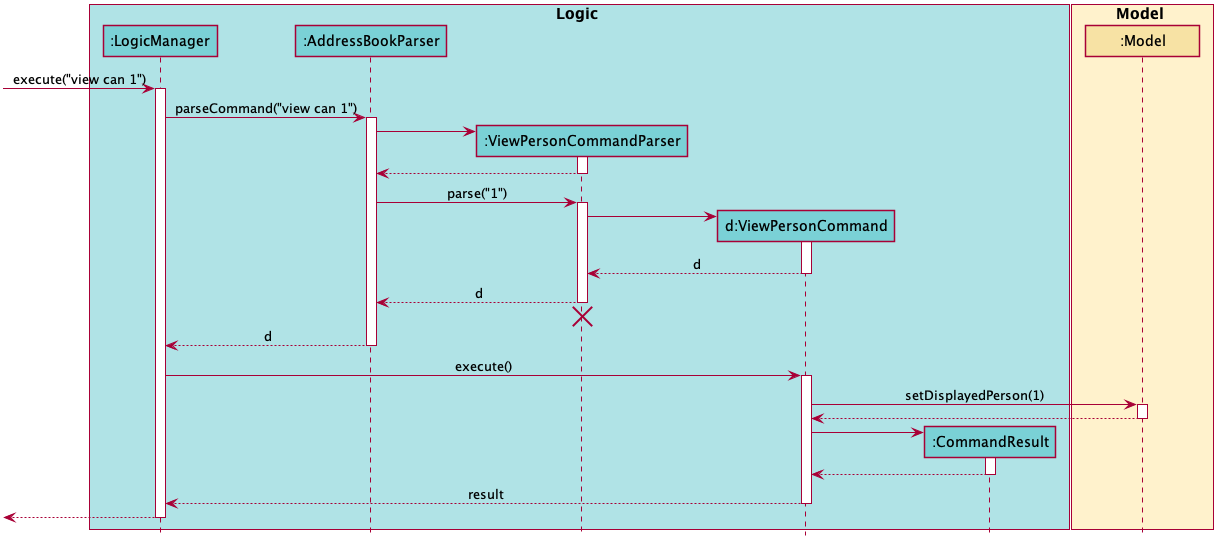
Earlier version of the PlantUML export docs/images/ViewSequenceDiagram.png (vanGoghhh/tp).
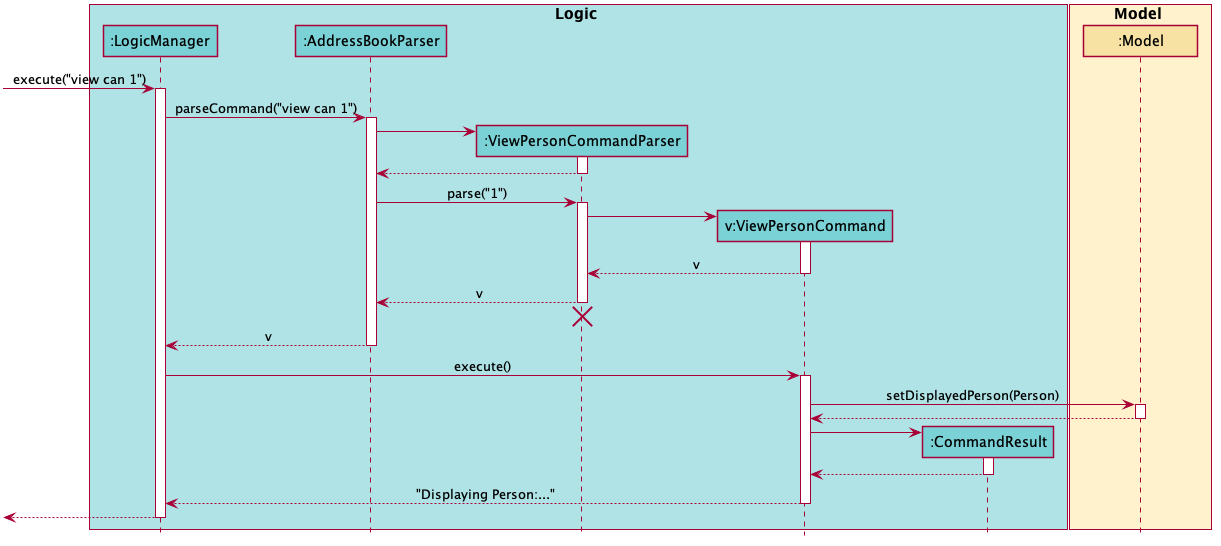
The same diagram one commit later.

The edit, as a diff of the source:
```diff
@@ -52,7 +52,7 @@
 participant ":LogicManager" as LogicManager #7AD1D6
 participant ":AddressBookParser" as AddressBookParser #7AD1D6
 participant ":ViewPersonCommandParser" as ViewPersonCommandParser #7AD1D6
-participant "d:ViewPersonCommand" as ViewPersonCommand #7AD1D6
+participant "v:ViewPersonCommand" as ViewPersonCommand #7AD1D6
 participant ":CommandResult" as CommandResult #7AD1D6
 end box
 
@@ -80,21 +80,22 @@
 ViewPersonCommandParser -> ViewPersonCommand
 activate ViewPersonCommand
 
-ViewPersonCommand --> ViewPersonCommandParser : d
+ViewPersonCommand --> ViewPersonCommandParser : v
 deactivate ViewPersonCommand
 
-ViewPersonCommandParser --> AddressBookParser : d
+ViewPersonCommandParser --> AddressBookParser : v
 deactivate ViewPersonCommandParser
 ViewPersonCommandParser -[hidden]-> AddressBookParser
 destroy ViewPersonCommandParser
 
-AddressBookParser --> LogicManager : d
+AddressBookParser --> LogicManager : v
 deactivate AddressBookParser
 
 LogicManager -> ViewPersonCommand : execute()
 activate ViewPersonCommand
 
-ViewPersonCommand -> Model : setDisplayedPerson(1)
+
+ViewPersonCommand -> Model : setDisplayedPerson(Person)
 activate Model
 
 Model --> ViewPersonCommand
@@ -107,7 +108,7 @@
 CommandResult --> ViewPersonCommand
 deactivate CommandResult
 
-ViewPersonCommand --> LogicManager : result
+ViewPersonCommand --> LogicManager : "Displaying Person:..."
 deactivate ViewPersonCommand
 
 [<--LogicManager
```
